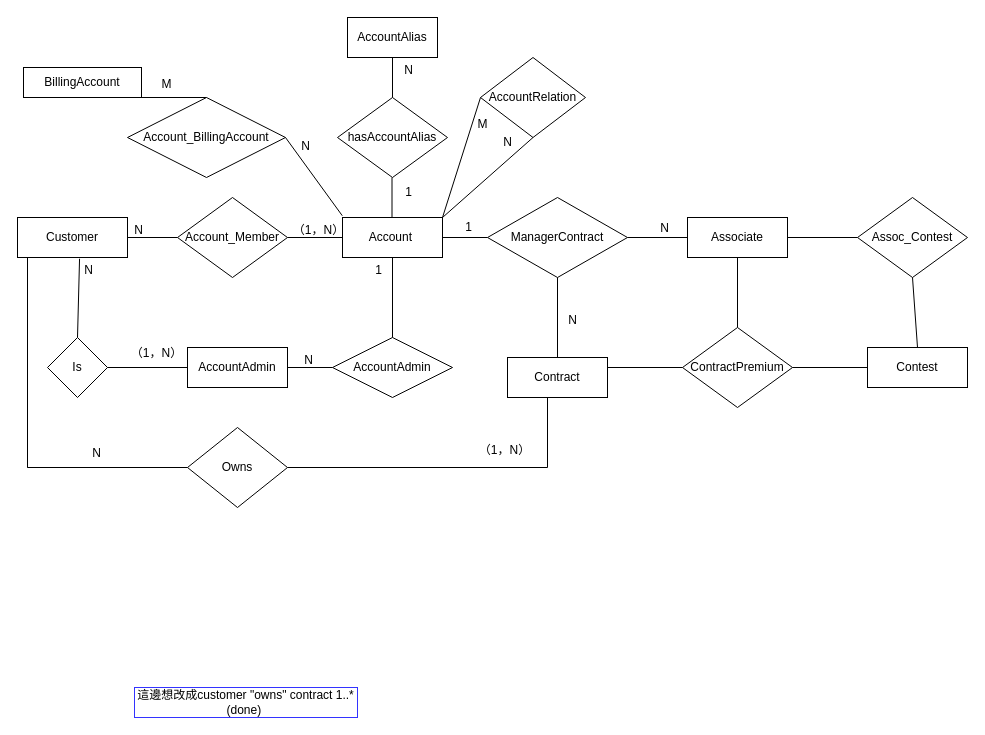
HanquanL/c_practices keeps this draw.io diagram as page "Page-1" (1 of 2) of dsm-project-p1.drawio. Above is the earlier version. Source tidied: cells renumbered, new cells numbered last; positions are measured from the earlier drawing's top-left corner, leaving out a move shared by most shapes. Both pictures are drawn from the tidied source at 100%, with x=0, y=0 at pixel (17, 17).
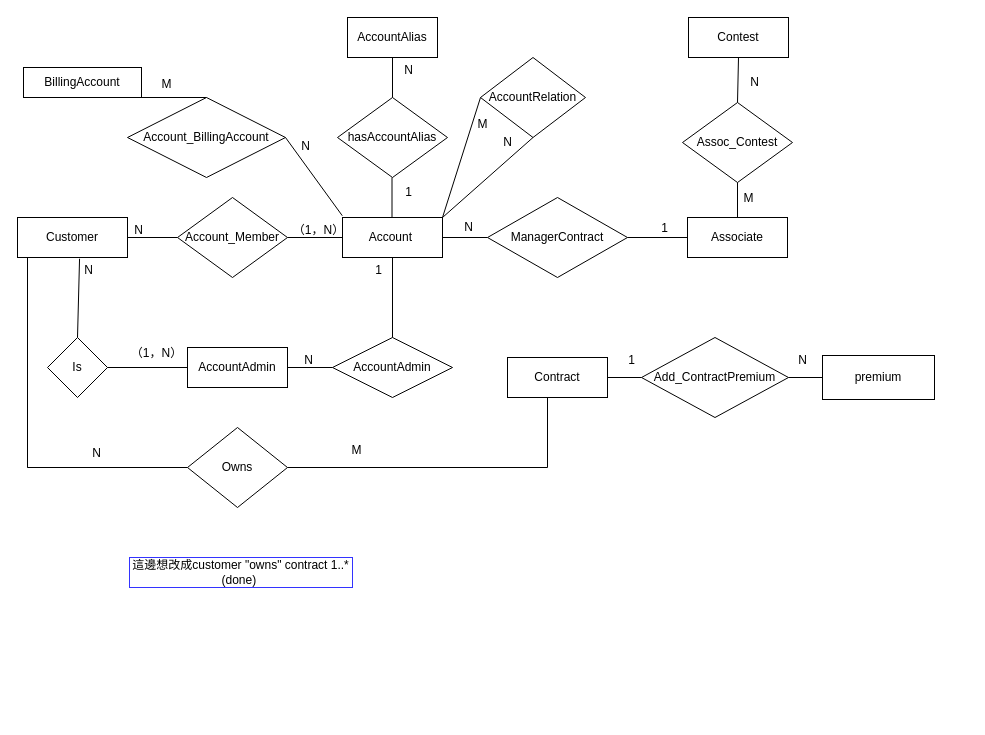
Above is the later version.

The change refers to these unchanged cells:
```xml
<mxCell id="26" value="Associate" style="rounded=0;whiteSpace=wrap;html=1;" parent="1" vertex="1">
  <mxGeometry x="670" y="200" width="100" height="40" as="geometry" />
</mxCell>
<mxCell id="27" value="ManagerContract" style="rhombus;whiteSpace=wrap;html=1;" parent="1" vertex="1">
  <mxGeometry x="470" y="180" width="140" height="80" as="geometry" />
</mxCell>
<mxCell id="30" value="Contract" style="rounded=0;whiteSpace=wrap;html=1;" parent="1" vertex="1">
  <mxGeometry x="490" y="340" width="100" height="40" as="geometry" />
</mxCell>
```

What changed in the source:
```diff
@@
-    <mxCell id="31" style="endArrow=none;html=1;rounded=0;entryX=0.5;entryY=1;entryDx=0;entryDy=0;exitX=0.5;exitY=0;exitDx=0;exitDy=0;" parent="1" edge="1" source="30" target="27">
-      <mxGeometry relative="1" as="geometry" />
-    </mxCell>
-    <mxCell id="32" value="ContractPremium" style="rhombus;whiteSpace=wrap;html=1;" parent="1" vertex="1">
-      <mxGeometry x="665" y="310" width="110" height="80" as="geometry" />
+    <mxCell id="32" value="Add_ContractPremium" style="rhombus;whiteSpace=wrap;html=1;" parent="1" vertex="1">
+      <mxGeometry x="624" y="320" width="147" height="80" as="geometry" />
     </mxCell>
-    <mxCell id="33" style="endArrow=none;html=1;rounded=0;entryX=0.5;entryY=0;entryDx=0;entryDy=0;exitX=0.5;exitY=1;exitDx=0;exitDy=0;" parent="1" edge="1" source="26" target="32">
-      <mxGeometry relative="1" as="geometry" />
-    </mxCell>
-    <mxCell id="34" style="endArrow=none;html=1;rounded=0;entryX=0;entryY=0.5;entryDx=0;entryDy=0;exitX=1;exitY=0.25;exitDx=0;exitDy=0;" parent="1" edge="1" source="30" target="32">
-      <mxGeometry relative="1" as="geometry" />
-    </mxCell>
     <mxCell id="35" value="Contest" style="rounded=0;whiteSpace=wrap;html=1;" parent="1" vertex="1">
-      <mxGeometry x="850" y="330" width="100" height="40" as="geometry" />
+      <mxGeometry x="671" width="100" height="40" as="geometry" />
     </mxCell>
-    <mxCell id="36" style="endArrow=none;html=1;rounded=0;entryX=1;entryY=0.5;entryDx=0;entryDy=0;exitX=0;exitY=0.5;exitDx=0;exitDy=0;" parent="1" edge="1" source="35" target="32">
-      <mxGeometry relative="1" as="geometry" />
-    </mxCell>
     <mxCell id="37" value="Assoc_Contest" style="rhombus;whiteSpace=wrap;html=1;" parent="1" vertex="1">
-      <mxGeometry x="840" y="180" width="110" height="80" as="geometry" />
+      <mxGeometry x="665" y="85" width="110" height="80" as="geometry" />
     </mxCell>
-    <mxCell id="38" style="endArrow=none;html=1;rounded=0;entryX=0.5;entryY=1;entryDx=0;entryDy=0;exitX=0.5;exitY=0;exitDx=0;exitDy=0;" parent="1" edge="1" source="35" target="37">
-      <mxGeometry relative="1" as="geometry" />
-    </mxCell>
-    <mxCell id="39" style="endArrow=none;html=1;rounded=0;entryX=0;entryY=0.5;entryDx=0;entryDy=0;exitX=1;exitY=0.5;exitDx=0;exitDy=0;" parent="1" edge="1" source="26" target="37">
-      <mxGeometry relative="1" as="geometry" />
-    </mxCell>
@@
     <mxCell id="43" value="這邊想改成customer &quot;owns&quot; contract 1..* (done)&amp;nbsp;" style="text;html=1;align=center;verticalAlign=middle;whiteSpace=wrap;rounded=0;strokeColor=#3333FF;" parent="1" vertex="1">
-      <mxGeometry x="117" y="670" width="223" height="30" as="geometry" />
+      <mxGeometry x="112" y="540" width="223" height="30" as="geometry" />
     </mxCell>
-    <mxCell id="44" value="N" style="text;html=1;align=center;verticalAlign=middle;strokeColor=none;fillColor=none;" parent="1" vertex="1">
-      <mxGeometry x="633" y="198" width="27" height="26" as="geometry" />
+    <mxCell id="44" value="1" style="text;html=1;align=center;verticalAlign=middle;strokeColor=none;fillColor=none;" parent="1" vertex="1">
+      <mxGeometry x="634" y="198" width="25" height="26" as="geometry" />
     </mxCell>
-    <mxCell id="45" value="1" style="text;html=1;align=center;verticalAlign=middle;strokeColor=none;fillColor=none;" parent="1" vertex="1">
-      <mxGeometry x="438" y="197" width="25" height="26" as="geometry" />
+    <mxCell id="45" value="N" style="text;html=1;align=center;verticalAlign=middle;strokeColor=none;fillColor=none;" parent="1" vertex="1">
+      <mxGeometry x="437" y="197" width="27" height="26" as="geometry" />
     </mxCell>
-    <mxCell id="46" value="N" style="text;html=1;align=center;verticalAlign=middle;strokeColor=none;fillColor=none;" parent="1" vertex="1">
-      <mxGeometry x="541" y="290" width="27" height="26" as="geometry" />
-    </mxCell>
@@
-    <mxCell id="48" value="（1，N）" style="text;html=1;align=center;verticalAlign=middle;strokeColor=none;fillColor=none;" parent="1" vertex="1">
-      <mxGeometry x="452" y="420" width="69" height="26" as="geometry" />
+    <mxCell id="48" value="M" style="text;html=1;align=center;verticalAlign=middle;strokeColor=none;fillColor=none;" parent="1" vertex="1">
+      <mxGeometry x="325" y="420" width="28" height="26" as="geometry" />
     </mxCell>
@@
+    <mxCell id="60" value="N" style="text;html=1;align=center;verticalAlign=middle;strokeColor=none;fillColor=none;" parent="1" vertex="1">
+      <mxGeometry x="723" y="52" width="27" height="26" as="geometry" />
+    </mxCell>
+    <mxCell id="61" value="M" style="text;html=1;align=center;verticalAlign=middle;strokeColor=none;fillColor=none;" parent="1" vertex="1">
+      <mxGeometry x="717" y="168" width="28" height="26" as="geometry" />
+    </mxCell>
+    <mxCell id="38" style="endArrow=none;html=1;rounded=0;entryX=0.5;entryY=0;entryDx=0;entryDy=0;exitX=0.5;exitY=1;exitDx=0;exitDy=0;" parent="1" edge="1" source="35" target="37">
+      <mxGeometry relative="1" as="geometry" />
+    </mxCell>
+    <mxCell id="39" style="endArrow=none;html=1;rounded=0;entryX=0.5;entryY=1;entryDx=0;entryDy=0;" parent="1" edge="1" source="26" target="37">
+      <mxGeometry relative="1" as="geometry" />
+    </mxCell>
+    <mxCell id="62" value="premium" style="rounded=0;whiteSpace=wrap;html=1;" parent="1" vertex="1">
+      <mxGeometry x="805" y="338" width="112" height="44" as="geometry" />
+    </mxCell>
+    <mxCell id="63" style="endArrow=none;html=1;rounded=0;entryX=1;entryY=0.5;entryDx=0;entryDy=0;exitX=0;exitY=0.5;exitDx=0;exitDy=0;" parent="1" edge="1" source="32" target="30">
+      <mxGeometry relative="1" as="geometry" />
+    </mxCell>
+    <mxCell id="64" style="endArrow=none;html=1;rounded=0;exitX=1;exitY=0.5;exitDx=0;exitDy=0;entryX=0;entryY=0.5;entryDx=0;entryDy=0;" parent="1" edge="1" source="32" target="62">
+      <mxGeometry relative="1" as="geometry" />
+    </mxCell>
+    <mxCell id="65" value="N" style="text;html=1;align=center;verticalAlign=middle;strokeColor=none;fillColor=none;" parent="1" vertex="1">
+      <mxGeometry x="771" y="330" width="27" height="26" as="geometry" />
+    </mxCell>
+    <mxCell id="66" value="1" style="text;html=1;align=center;verticalAlign=middle;strokeColor=none;fillColor=none;" parent="1" vertex="1">
+      <mxGeometry x="601" y="330" width="25" height="26" as="geometry" />
+    </mxCell>
```
